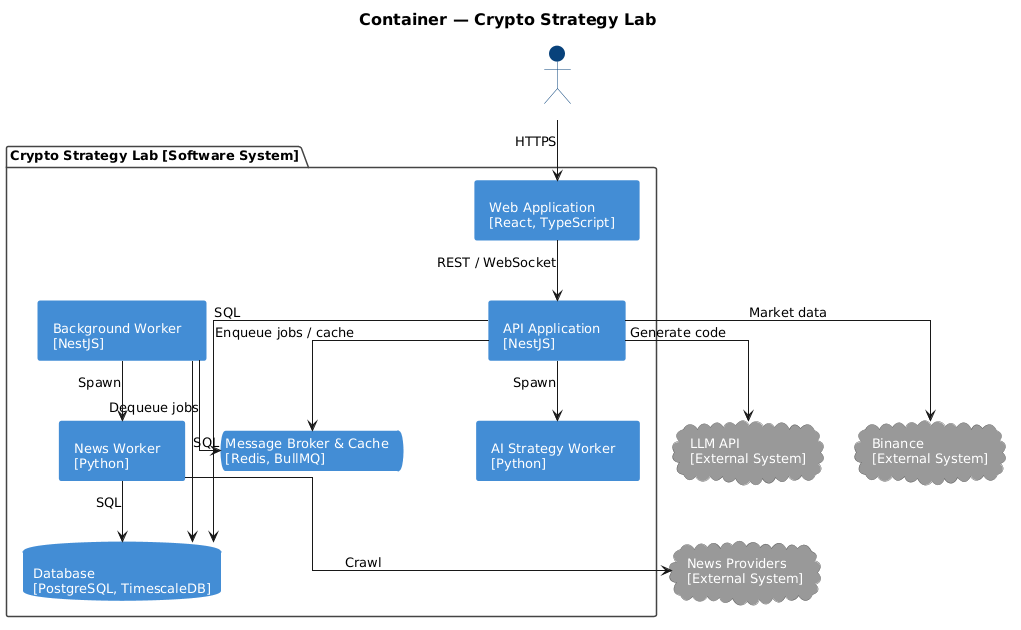
Before: artifacts/architecture-c4-level-2.png, a diagram exported from PlantUML (huynhgiaau27112005/crypto-strategy-lab). Its diagram source:
```plantuml
@startuml architecture-c4-level-2

skinparam shadowing false
skinparam linetype ortho
skinparam defaultFontName "Helvetica"
skinparam defaultFontSize 13
skinparam TitleFontSize 16
skinparam package {
  BackgroundColor #FFFFFF
  BorderColor #444444
  FontStyle bold
}
skinparam component {
  BackgroundColor #438DD5
  FontColor #FFFFFF
  BorderColor #438DD5
}
skinparam database {
  BackgroundColor #438DD5
  FontColor #FFFFFF
  BorderColor #438DD5
}
skinparam queue {
  BackgroundColor #438DD5
  FontColor #FFFFFF
  BorderColor #438DD5
}
skinparam cloud {
  BackgroundColor #999999
  FontColor #FFFFFF
  BorderColor #666666
}
skinparam actor {
  BackgroundColor #08427B
  FontColor #FFFFFF
  BorderColor #08427B
}

title Container — Crypto Strategy Lab

actor "Trader" as USER

package "Crypto Strategy Lab [Software System]" as CSL {

  component "Web Application\n[React, TypeScript]" as SPA
  component "API Application\n[NestJS]" as API
  component "Background Worker\n[NestJS]" as WORKER
  database "Database\n[PostgreSQL, TimescaleDB]" as PG
  queue "Message Broker & Cache\n[Redis, BullMQ]" as REDIS
  component "News Worker\n[Python]" as W_NEWS
  component "AI Strategy Worker\n[Python]" as W_AI
}

cloud "Binance\n[External System]" as BINANCE
cloud "News Providers\n[External System]" as NEWS_EXT
cloud "LLM API\n[External System]" as LLM

USER --> SPA : HTTPS
SPA --> API : REST / WebSocket
API --> PG : SQL
API --> REDIS : Enqueue jobs / cache
API --> BINANCE : Market data
API --> LLM : Generate code
API --> W_AI : Spawn
WORKER --> REDIS : Dequeue jobs
WORKER --> PG : SQL
WORKER --> W_NEWS : Spawn
W_NEWS --> PG : SQL
W_NEWS --> NEWS_EXT : Crawl
W_AI -[hidden]right- W_NEWS

@enduml
```
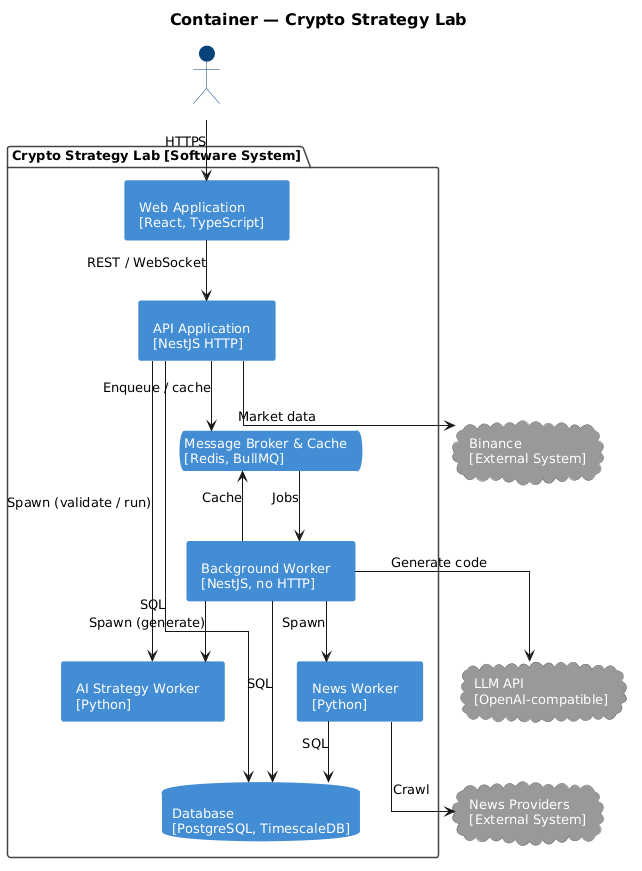
Later version of the same file.

The edit, as a diff of the source:
```diff
@@ -43,8 +43,8 @@
 package "Crypto Strategy Lab [Software System]" as CSL {
 
   component "Web Application\n[React, TypeScript]" as SPA
-  component "API Application\n[NestJS]" as API
-  component "Background Worker\n[NestJS]" as WORKER
+  component "API Application\n[NestJS HTTP]" as API
+  component "Background Worker\n[NestJS, no HTTP]" as WORKER
   database "Database\n[PostgreSQL, TimescaleDB]" as PG
   queue "Message Broker & Cache\n[Redis, BullMQ]" as REDIS
   component "News Worker\n[Python]" as W_NEWS
@@ -53,20 +53,25 @@
 
 cloud "Binance\n[External System]" as BINANCE
 cloud "News Providers\n[External System]" as NEWS_EXT
-cloud "LLM API\n[External System]" as LLM
+cloud "LLM API\n[OpenAI-compatible]" as LLM
 
 USER --> SPA : HTTPS
 SPA --> API : REST / WebSocket
+
 API --> PG : SQL
-API --> REDIS : Enqueue jobs / cache
+API --> REDIS : Enqueue / cache
 API --> BINANCE : Market data
-API --> LLM : Generate code
-API --> W_AI : Spawn
-WORKER --> REDIS : Dequeue jobs
+API --> W_AI : Spawn (validate / run)
+
+REDIS --> WORKER : Jobs
+
 WORKER --> PG : SQL
+WORKER --> REDIS : Cache
+WORKER --> LLM : Generate code
+WORKER --> W_AI : Spawn (generate)
 WORKER --> W_NEWS : Spawn
+
 W_NEWS --> PG : SQL
 W_NEWS --> NEWS_EXT : Crawl
-W_AI -[hidden]right- W_NEWS
 
 @enduml
```
